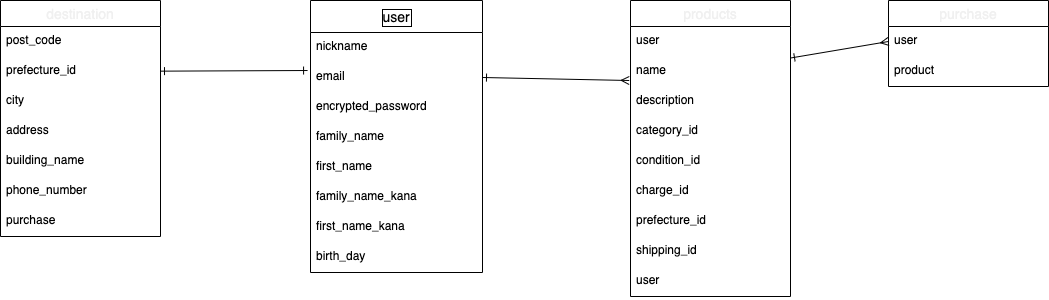
Above: furima.drawio.png in GK9130/furima-37239 (draw.io), before the change. Source tidied: cells renumbered, new cells last; positions are measured from the earlier drawing's top-left corner, leaving out a move shared by most shapes.
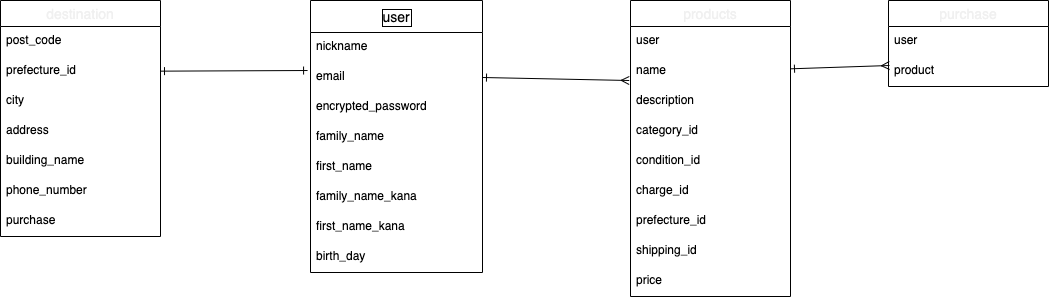
Later version of the same file.

Commit message:
ER図・DB設計7

Diff of the diagram source:
```diff
@@ -80,7 +80,7 @@
     <mxCell id="27" value="shipping_id" style="text;strokeColor=none;fillColor=none;spacingLeft=4;spacingRight=4;overflow=hidden;fontSize=12;" parent="19" vertex="1">
       <mxGeometry y="236" width="160" height="30" as="geometry" />
     </mxCell>
-    <mxCell id="28" value="user" style="text;strokeColor=none;fillColor=none;spacingLeft=4;spacingRight=4;overflow=hidden;fontSize=12;" parent="19" vertex="1">
+    <mxCell id="28" value="price" style="text;strokeColor=none;fillColor=none;spacingLeft=4;spacingRight=4;overflow=hidden;fontSize=12;" parent="19" vertex="1">
       <mxGeometry y="266" width="160" height="30" as="geometry" />
     </mxCell>
     <mxCell id="29" value="purchase" style="swimlane;fontStyle=0;horizontal=1;startSize=26;align=center;fontSize=14;fontColor=#f0f0f0;" parent="1" vertex="1">
@@ -97,7 +97,7 @@
         <mxPoint x="628.7" y="80" as="targetPoint" />
       </mxGeometry>
     </mxCell>
-    <mxCell id="33" style="edgeStyle=none;html=1;entryX=0;entryY=0.5;entryDx=0;entryDy=0;fontColor=#f0f0f0;startArrow=ERone;startFill=0;endArrow=ERmany;endFill=0;" parent="1" edge="1" source="21" target="30">
+    <mxCell id="33" style="edgeStyle=none;html=1;fontColor=#f0f0f0;startArrow=ERone;startFill=0;endArrow=ERmany;endFill=0;entryX=0.006;entryY=0.3;entryDx=0;entryDy=0;entryPerimeter=0;" parent="1" edge="1" source="21" target="31">
       <mxGeometry relative="1" as="geometry" />
     </mxCell>
     <mxCell id="34" style="edgeStyle=none;html=1;entryX=-0.017;entryY=0.267;entryDx=0;entryDy=0;entryPerimeter=0;endArrow=ERone;endFill=0;startArrow=ERone;startFill=0;" parent="1" edge="1" target="4">
```
